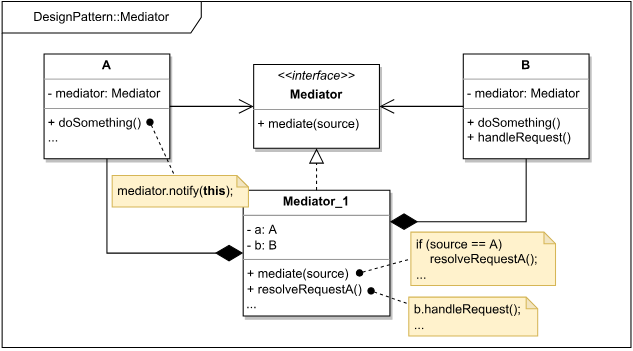
Earlier version of the draw.io export Mediator/Mediator.svg (safar-jn/design-patterns). Source tidied: cells renumbered, new cells last; positions are measured from the earlier drawing's top-left corner, leaving out a move shared by most shapes. Its diagram source:
```xml
<mxGraphModel>
  <root>
    <mxCell id="0" />
    <mxCell id="1" parent="0" />
    <mxCell id="2" value="DesignPattern::Mediator" style="shape=umlFrame;whiteSpace=wrap;html=1;width=190;height=30;" parent="1" vertex="1">
      <mxGeometry width="600" height="330" as="geometry" />
    </mxCell>
    <mxCell id="3" value="&lt;p style=&quot;margin: 4px 0px 0px; text-align: center;&quot;&gt;&lt;i&gt;&amp;lt;&amp;lt;interface&amp;gt;&amp;gt;&lt;/i&gt;&lt;/p&gt;&lt;p style=&quot;margin: 4px 0px 0px; text-align: center;&quot;&gt;&lt;b&gt;Mediator&lt;/b&gt;&lt;/p&gt;&lt;hr size=&quot;1&quot;&gt;&lt;p style=&quot;margin: 0px 0px 0px 4px;&quot;&gt;&lt;/p&gt;&lt;p style=&quot;margin: 0px 0px 0px 4px;&quot;&gt;+ mediate(source)&lt;/p&gt;" style="verticalAlign=top;align=left;overflow=fill;fontSize=12;fontFamily=Helvetica;html=1;shadow=1;" parent="1" vertex="1">
      <mxGeometry x="240" y="60" width="120" height="80" as="geometry" />
    </mxCell>
    <mxCell id="4" value="&lt;p style=&quot;margin:0px;margin-top:4px;text-align:center;&quot;&gt;&lt;b style=&quot;background-color: initial;&quot;&gt;A&lt;/b&gt;&lt;br&gt;&lt;/p&gt;&lt;hr size=&quot;1&quot;&gt;&lt;p style=&quot;margin:0px;margin-left:4px;&quot;&gt;&lt;/p&gt;&lt;p style=&quot;margin:0px;margin-left:4px;&quot;&gt;- mediator: Mediator&lt;/p&gt;&lt;hr size=&quot;1&quot;&gt;&lt;p style=&quot;margin: 0px 0px 0px 4px;&quot;&gt;&lt;/p&gt;&lt;p style=&quot;margin: 0px 0px 0px 4px;&quot;&gt;&lt;span style=&quot;background-color: initial;&quot;&gt;+ doSomething()&lt;/span&gt;&lt;br&gt;&lt;/p&gt;&lt;p style=&quot;margin: 0px 0px 0px 4px;&quot;&gt;&lt;span style=&quot;background-color: initial;&quot;&gt;...&lt;/span&gt;&lt;/p&gt;&lt;p style=&quot;margin: 0px 0px 0px 4px;&quot;&gt;&lt;/p&gt;" style="verticalAlign=top;align=left;overflow=fill;fontSize=12;fontFamily=Helvetica;html=1;shadow=1;" parent="1" vertex="1">
      <mxGeometry x="40" y="50" width="120" height="100" as="geometry" />
    </mxCell>
    <mxCell id="5" value="&lt;p style=&quot;margin:0px;margin-top:4px;text-align:center;&quot;&gt;&lt;b style=&quot;background-color: initial;&quot;&gt;Mediator_1&lt;/b&gt;&lt;br&gt;&lt;/p&gt;&lt;hr size=&quot;1&quot;&gt;&lt;p style=&quot;margin:0px;margin-left:4px;&quot;&gt;&lt;/p&gt;&lt;p style=&quot;margin:0px;margin-left:4px;&quot;&gt;- a: A&lt;/p&gt;&lt;p style=&quot;margin:0px;margin-left:4px;&quot;&gt;- b: B&lt;/p&gt;&lt;hr size=&quot;1&quot;&gt;&lt;p style=&quot;margin: 0px 0px 0px 4px;&quot;&gt;&lt;/p&gt;&lt;p style=&quot;margin: 0px 0px 0px 4px;&quot;&gt;+ mediate(source)&lt;/p&gt;&lt;p style=&quot;margin: 0px 0px 0px 4px;&quot;&gt;+ resolveRequestA()&lt;/p&gt;&amp;nbsp;...&lt;br&gt;&lt;p style=&quot;margin: 0px 0px 0px 4px;&quot;&gt;&lt;/p&gt;" style="verticalAlign=top;align=left;overflow=fill;fontSize=12;fontFamily=Helvetica;html=1;shadow=1;" parent="1" vertex="1">
      <mxGeometry x="230" y="180" width="140" height="120" as="geometry" />
    </mxCell>
    <mxCell id="6" style="endArrow=block;dashed=1;endFill=0;endSize=12;html=1;rounded=0;strokeWidth=1;entryX=0.5;entryY=1;entryDx=0;entryDy=0;exitX=0.5;exitY=0;exitDx=0;exitDy=0;" parent="1" edge="1" source="5" target="3">
      <mxGeometry relative="1" as="geometry" />
    </mxCell>
    <mxCell id="7" value="&lt;p style=&quot;margin:0px;margin-top:4px;text-align:center;&quot;&gt;&lt;b style=&quot;background-color: initial;&quot;&gt;B&lt;/b&gt;&lt;br&gt;&lt;/p&gt;&lt;hr size=&quot;1&quot;&gt;&lt;p style=&quot;margin:0px;margin-left:4px;&quot;&gt;&lt;/p&gt;&lt;p style=&quot;margin:0px;margin-left:4px;&quot;&gt;- mediator: Mediator&lt;/p&gt;&lt;hr size=&quot;1&quot;&gt;&lt;p style=&quot;margin: 0px 0px 0px 4px;&quot;&gt;&lt;/p&gt;&lt;p style=&quot;margin: 0px 0px 0px 4px;&quot;&gt;&lt;span style=&quot;background-color: initial;&quot;&gt;+ doSomething()&lt;/span&gt;&lt;br&gt;&lt;/p&gt;&lt;p style=&quot;margin: 0px 0px 0px 4px;&quot;&gt;+ handleRequest()&lt;/p&gt;&lt;p style=&quot;margin: 0px 0px 0px 4px;&quot;&gt;&lt;/p&gt;" style="verticalAlign=top;align=left;overflow=fill;fontSize=12;fontFamily=Helvetica;html=1;shadow=1;" parent="1" vertex="1">
      <mxGeometry x="440" y="50" width="120" height="100" as="geometry" />
    </mxCell>
    <mxCell id="8" style="endArrow=open;endFill=1;endSize=12;html=1;rounded=0;strokeWidth=1;exitX=1;exitY=0.5;exitDx=0;exitDy=0;entryX=0;entryY=0.5;entryDx=0;entryDy=0;" parent="1" edge="1" source="4" target="3">
      <mxGeometry relative="1" as="geometry" />
    </mxCell>
    <mxCell id="9" style="endArrow=open;endFill=1;endSize=12;html=1;rounded=0;strokeWidth=1;exitX=0;exitY=0.5;exitDx=0;exitDy=0;entryX=1;entryY=0.5;entryDx=0;entryDy=0;" parent="1" edge="1" source="7" target="3">
      <mxGeometry relative="1" as="geometry" />
    </mxCell>
    <mxCell id="10" style="endArrow=diamondThin;endFill=1;endSize=24;html=1;rounded=0;strokeWidth=1;entryX=0;entryY=0.5;entryDx=0;entryDy=0;exitX=0.5;exitY=1;exitDx=0;exitDy=0;" parent="1" edge="1" source="4" target="5">
      <mxGeometry relative="1" as="geometry">
        <Array as="points">
          <mxPoint x="100" y="240" />
        </Array>
      </mxGeometry>
    </mxCell>
    <mxCell id="11" style="endArrow=diamondThin;endFill=1;endSize=24;html=1;rounded=0;strokeWidth=1;entryX=1;entryY=0.25;entryDx=0;entryDy=0;exitX=0.5;exitY=1;exitDx=0;exitDy=0;" parent="1" edge="1" source="7" target="5">
      <mxGeometry relative="1" as="geometry">
        <Array as="points">
          <mxPoint x="500" y="210" />
        </Array>
      </mxGeometry>
    </mxCell>
    <mxCell id="12" value="&amp;nbsp;mediator.notify(&lt;b&gt;this&lt;/b&gt;);" style="shape=note;whiteSpace=wrap;html=1;backgroundOutline=1;darkOpacity=0.05;rounded=1;shadow=0;size=11;fillColor=#fff2cc;strokeColor=#d6b656;align=left;" parent="1" vertex="1">
      <mxGeometry x="105" y="166" width="130" height="30" as="geometry" />
    </mxCell>
    <mxCell id="13" style="endArrow=none;dashed=1;html=1;rounded=0;strokeWidth=1;startArrow=oval;startFill=1;exitX=0.842;exitY=0.65;exitDx=0;exitDy=0;exitPerimeter=0;entryX=0;entryY=0;entryDx=59.5;entryDy=0;entryPerimeter=0;" parent="1" edge="1" source="4" target="12">
      <mxGeometry relative="1" as="geometry" />
    </mxCell>
    <mxCell id="14" value="&amp;nbsp;if (source == A)&lt;br&gt;&amp;nbsp; &amp;nbsp; &amp;nbsp;&lt;span style=&quot;&quot;&gt;resolveRequestA&lt;/span&gt;();&lt;br&gt;&amp;nbsp;..." style="shape=note;whiteSpace=wrap;html=1;backgroundOutline=1;darkOpacity=0.05;rounded=1;shadow=0;size=11;fillColor=#fff2cc;strokeColor=#d6b656;align=left;" parent="1" vertex="1">
      <mxGeometry x="390" y="220" width="138" height="51" as="geometry" />
    </mxCell>
    <mxCell id="15" style="endArrow=none;dashed=1;html=1;rounded=0;strokeWidth=1;startArrow=oval;startFill=1;exitX=0.793;exitY=0.658;exitDx=0;exitDy=0;exitPerimeter=0;entryX=0;entryY=0.5;entryDx=0;entryDy=0;entryPerimeter=0;" parent="1" edge="1" source="5" target="14">
      <mxGeometry relative="1" as="geometry" />
    </mxCell>
    <mxCell id="16" style="endArrow=none;dashed=1;html=1;rounded=0;strokeWidth=1;startArrow=oval;startFill=1;entryX=0.008;entryY=0.189;entryDx=0;entryDy=0;entryPerimeter=0;" parent="1" edge="1" target="17">
      <mxGeometry relative="1" as="geometry">
        <mxPoint x="352" y="276" as="sourcePoint" />
      </mxGeometry>
    </mxCell>
    <mxCell id="17" value="&amp;nbsp;b.handleRequest();&lt;br&gt;&amp;nbsp;..." style="shape=note;whiteSpace=wrap;html=1;backgroundOutline=1;darkOpacity=0.05;rounded=1;shadow=0;size=11;fillColor=#fff2cc;strokeColor=#d6b656;align=left;" parent="1" vertex="1">
      <mxGeometry x="388" y="282" width="123" height="37" as="geometry" />
    </mxCell>
  </root>
</mxGraphModel>
```
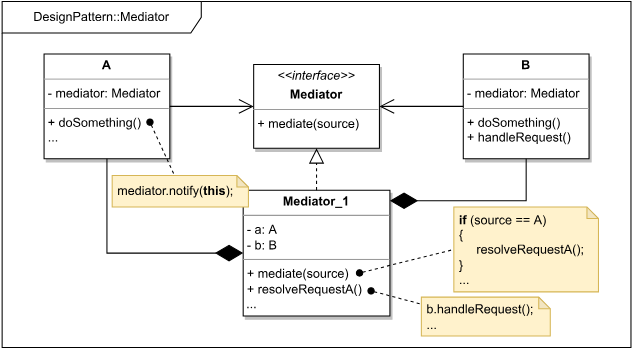
After the change.

The edit, as a diff of the source:
```diff
@@ -33,32 +33,33 @@
         </Array>
       </mxGeometry>
     </mxCell>
-    <mxCell id="11" style="endArrow=diamondThin;endFill=1;endSize=24;html=1;rounded=0;strokeWidth=1;entryX=1;entryY=0.25;entryDx=0;entryDy=0;exitX=0.5;exitY=1;exitDx=0;exitDy=0;" parent="1" edge="1" source="7" target="5">
-      <mxGeometry relative="1" as="geometry">
-        <Array as="points">
-          <mxPoint x="500" y="210" />
-        </Array>
-      </mxGeometry>
-    </mxCell>
+    <mxCell id="18" style="endArrow=diamondThin;endFill=1;endSize=24;html=1;rounded=0;strokeWidth=1;exitX=0.5;exitY=1;exitDx=0;exitDy=0;" parent="1" edge="1" source="7">
+      <mxGeometry relative="1" as="geometry">
+        <mxPoint x="370" y="190" as="targetPoint" />
+        <Array as="points">
+          <mxPoint x="500" y="190" />
+        </Array>
+      </mxGeometry>
+    </mxCell>
     <mxCell id="12" value="&amp;nbsp;mediator.notify(&lt;b&gt;this&lt;/b&gt;);" style="shape=note;whiteSpace=wrap;html=1;backgroundOutline=1;darkOpacity=0.05;rounded=1;shadow=0;size=11;fillColor=#fff2cc;strokeColor=#d6b656;align=left;" parent="1" vertex="1">
       <mxGeometry x="105" y="166" width="130" height="30" as="geometry" />
     </mxCell>
     <mxCell id="13" style="endArrow=none;dashed=1;html=1;rounded=0;strokeWidth=1;startArrow=oval;startFill=1;exitX=0.842;exitY=0.65;exitDx=0;exitDy=0;exitPerimeter=0;entryX=0;entryY=0;entryDx=59.5;entryDy=0;entryPerimeter=0;" parent="1" edge="1" source="4" target="12">
       <mxGeometry relative="1" as="geometry" />
     </mxCell>
-    <mxCell id="14" value="&amp;nbsp;if (source == A)&lt;br&gt;&amp;nbsp; &amp;nbsp; &amp;nbsp;&lt;span style=&quot;&quot;&gt;resolveRequestA&lt;/span&gt;();&lt;br&gt;&amp;nbsp;..." style="shape=note;whiteSpace=wrap;html=1;backgroundOutline=1;darkOpacity=0.05;rounded=1;shadow=0;size=11;fillColor=#fff2cc;strokeColor=#d6b656;align=left;" parent="1" vertex="1">
-      <mxGeometry x="390" y="220" width="138" height="51" as="geometry" />
-    </mxCell>
-    <mxCell id="15" style="endArrow=none;dashed=1;html=1;rounded=0;strokeWidth=1;startArrow=oval;startFill=1;exitX=0.793;exitY=0.658;exitDx=0;exitDy=0;exitPerimeter=0;entryX=0;entryY=0.5;entryDx=0;entryDy=0;entryPerimeter=0;" parent="1" edge="1" source="5" target="14">
-      <mxGeometry relative="1" as="geometry" />
-    </mxCell>
-    <mxCell id="16" style="endArrow=none;dashed=1;html=1;rounded=0;strokeWidth=1;startArrow=oval;startFill=1;entryX=0.008;entryY=0.189;entryDx=0;entryDy=0;entryPerimeter=0;" parent="1" edge="1" target="17">
-      <mxGeometry relative="1" as="geometry">
-        <mxPoint x="352" y="276" as="sourcePoint" />
-      </mxGeometry>
-    </mxCell>
+    <mxCell id="19" value="&amp;nbsp;&lt;b&gt;if &lt;/b&gt;(source == A)&lt;br&gt;&amp;nbsp;{&lt;br&gt;&lt;span style=&quot;border-color: var(--border-color);&quot;&gt;&amp;nbsp; &amp;nbsp; &amp;nbsp; resolveRequestA&lt;/span&gt;();&lt;br&gt;&amp;nbsp;}&lt;br&gt;&amp;nbsp;..." style="shape=note;whiteSpace=wrap;html=1;backgroundOutline=1;darkOpacity=0.05;rounded=1;shadow=0;size=11;fillColor=#fff2cc;strokeColor=#d6b656;align=left;" parent="1" vertex="1">
+      <mxGeometry x="431" y="196" width="138" height="81" as="geometry" />
+    </mxCell>
+    <mxCell id="20" style="endArrow=none;dashed=1;html=1;rounded=0;strokeWidth=1;startArrow=oval;startFill=1;exitX=0.793;exitY=0.658;exitDx=0;exitDy=0;exitPerimeter=0;entryX=0;entryY=0.5;entryDx=0;entryDy=0;entryPerimeter=0;" parent="1" edge="1" source="5" target="19">
+      <mxGeometry relative="1" as="geometry" />
+    </mxCell>
+    <mxCell id="21" style="endArrow=none;dashed=1;html=1;rounded=0;strokeWidth=1;startArrow=oval;startFill=1;entryX=0.008;entryY=0.189;entryDx=0;entryDy=0;entryPerimeter=0;" parent="1" edge="1" target="17">
+      <mxGeometry relative="1" as="geometry">
+        <mxPoint x="352" y="276" as="sourcePoint" />
+      </mxGeometry>
+    </mxCell>
     <mxCell id="17" value="&amp;nbsp;b.handleRequest();&lt;br&gt;&amp;nbsp;..." style="shape=note;whiteSpace=wrap;html=1;backgroundOutline=1;darkOpacity=0.05;rounded=1;shadow=0;size=11;fillColor=#fff2cc;strokeColor=#d6b656;align=left;" parent="1" vertex="1">
-      <mxGeometry x="388" y="282" width="123" height="37" as="geometry" />
+      <mxGeometry x="400" y="282" width="123" height="37" as="geometry" />
     </mxCell>
   </root>
 </mxGraphModel>
```
